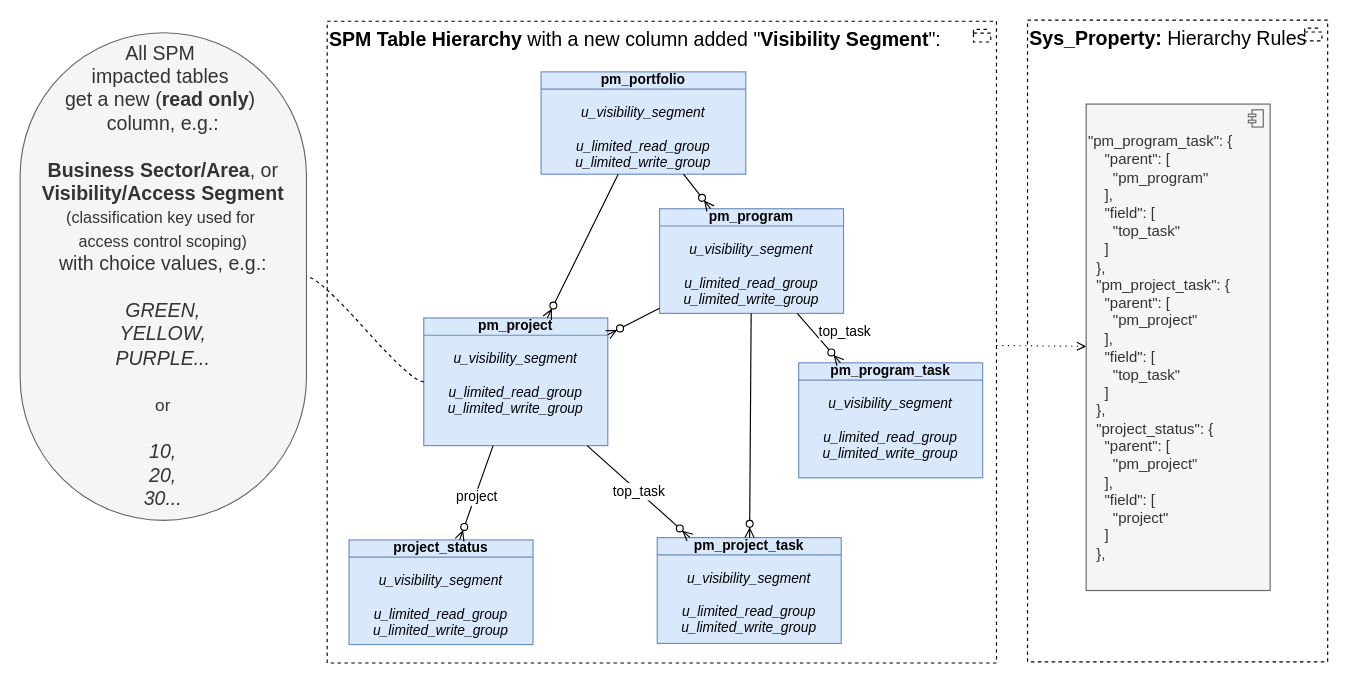
The draw.io diagram page "hier1" (4 of 20) of Sar.drawio in algimas/tmp, before the edit. Source tidied: cells renumbered, new cells numbered last; positions are measured from the earlier drawing's top-left corner, leaving out a move shared by most shapes. Both pictures are drawn from the tidied source at 115%, with x=0, y=0 at pixel (20, 20).
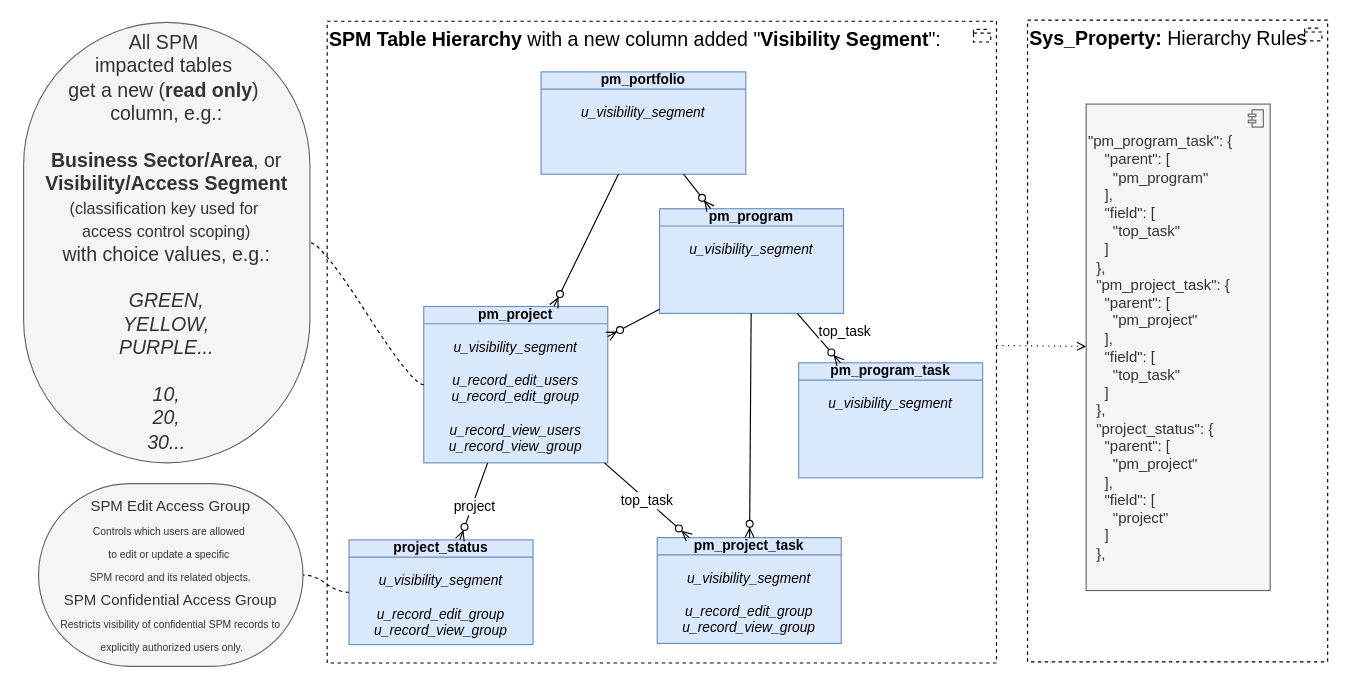
The same page after the edit.

Change to the diagram source:
```diff
@@
-    <mxCell id="4" value="&lt;div&gt;&lt;b&gt;pm_project&lt;/b&gt;&lt;/div&gt;&lt;div&gt;&lt;div&gt;&lt;i&gt;&lt;br&gt;&lt;/i&gt;&lt;/div&gt;&lt;div&gt;&lt;i&gt;u_visibility_segment&lt;/i&gt;&lt;/div&gt;&lt;div&gt;&lt;br&gt;&lt;/div&gt;&lt;div&gt;&lt;i&gt;u_limited_read_group&lt;/i&gt;&lt;/div&gt;&lt;/div&gt;&lt;div&gt;&lt;i&gt;u_limited_write_group&lt;/i&gt;&lt;/div&gt;" style="html=1;outlineConnect=0;whiteSpace=wrap;fillColor=#dae8fc;shape=mxgraph.archimate3.businessObject;overflow=fill;strokeColor=#6c8ebf;fontStyle=0;fontSize=12;" parent="1" vertex="1">
-      <mxGeometry x="351" y="259" width="160" height="111" as="geometry" />
+    <mxCell id="4" value="&lt;div&gt;&lt;b&gt;pm_project&lt;/b&gt;&lt;/div&gt;&lt;div&gt;&lt;div&gt;&lt;i&gt;&lt;br&gt;&lt;/i&gt;&lt;/div&gt;&lt;div&gt;&lt;i&gt;u_visibility_segment&lt;/i&gt;&lt;/div&gt;&lt;div&gt;&lt;br&gt;&lt;/div&gt;&lt;i&gt;u_record_edit_users&lt;br&gt;u_&lt;/i&gt;&lt;i&gt;record&lt;/i&gt;&lt;i&gt;_edit_group&lt;/i&gt;&lt;/div&gt;&lt;div&gt;&lt;i&gt;&lt;br&gt;u_&lt;/i&gt;&lt;i&gt;record&lt;/i&gt;&lt;i&gt;_view_users&lt;br&gt;u_&lt;/i&gt;&lt;i&gt;record&lt;/i&gt;&lt;i&gt;_view_group&lt;/i&gt;&lt;/div&gt;" style="html=1;outlineConnect=0;whiteSpace=wrap;fillColor=#dae8fc;shape=mxgraph.archimate3.businessObject;overflow=fill;strokeColor=#6c8ebf;fontStyle=0;fontSize=12;" parent="1" vertex="1">
+      <mxGeometry x="351" y="249" width="160" height="136" as="geometry" />
     </mxCell>
-    <mxCell id="5" value="&lt;div&gt;&lt;b&gt;pm_program_task&lt;/b&gt;&lt;/div&gt;&lt;div&gt;&lt;i&gt;&lt;br&gt;&lt;/i&gt;&lt;/div&gt;&lt;div&gt;&lt;i&gt;u_visibility_segment&lt;/i&gt;&lt;/div&gt;&lt;div&gt;&lt;i&gt;&lt;br&gt;&lt;/i&gt;&lt;/div&gt;&lt;div&gt;&lt;div&gt;&lt;i&gt;u_limited_read_group&lt;/i&gt;&lt;/div&gt;&lt;div&gt;&lt;i&gt;u_limited_write_group&lt;/i&gt;&lt;/div&gt;&lt;/div&gt;" style="html=1;outlineConnect=0;whiteSpace=wrap;fillColor=#dae8fc;shape=mxgraph.archimate3.businessObject;overflow=fill;strokeColor=#6c8ebf;fontStyle=0;fontSize=12;" parent="1" vertex="1">
+    <mxCell id="5" value="&lt;div&gt;&lt;b&gt;pm_program_task&lt;/b&gt;&lt;/div&gt;&lt;div&gt;&lt;i&gt;&lt;br&gt;&lt;/i&gt;&lt;/div&gt;&lt;div&gt;&lt;i&gt;u_visibility_segment&lt;/i&gt;&lt;/div&gt;" style="html=1;outlineConnect=0;whiteSpace=wrap;fillColor=#dae8fc;shape=mxgraph.archimate3.businessObject;overflow=fill;strokeColor=#6c8ebf;fontStyle=0;fontSize=12;" parent="1" vertex="1">
       <mxGeometry x="677" y="298" width="160" height="100" as="geometry" />
     </mxCell>
-    <mxCell id="6" value="&lt;div&gt;&lt;span&gt;&lt;b&gt;pm_portfolio&lt;/b&gt;&lt;/span&gt;&lt;/div&gt;&lt;div&gt;&lt;br&gt;&lt;/div&gt;&lt;div&gt;&lt;i&gt;u_visibility_segment&lt;/i&gt;&lt;/div&gt;&lt;div&gt;&lt;i&gt;&lt;br&gt;&lt;/i&gt;&lt;/div&gt;&lt;div&gt;&lt;div&gt;&lt;i&gt;u_limited_read_group&lt;/i&gt;&lt;/div&gt;&lt;div&gt;&lt;i&gt;u_limited_write_group&lt;/i&gt;&lt;/div&gt;&lt;/div&gt;" style="html=1;outlineConnect=0;whiteSpace=wrap;fillColor=#dae8fc;shape=mxgraph.archimate3.businessObject;overflow=fill;strokeColor=#6c8ebf;fontStyle=0;fontSize=12;" parent="1" vertex="1">
+    <mxCell id="6" value="&lt;div&gt;&lt;span&gt;&lt;b&gt;pm_portfolio&lt;/b&gt;&lt;/span&gt;&lt;/div&gt;&lt;div&gt;&lt;br&gt;&lt;/div&gt;&lt;div&gt;&lt;i&gt;u_visibility_segment&lt;/i&gt;&lt;/div&gt;" style="html=1;outlineConnect=0;whiteSpace=wrap;fillColor=#dae8fc;shape=mxgraph.archimate3.businessObject;overflow=fill;strokeColor=#6c8ebf;fontStyle=0;fontSize=12;" parent="1" vertex="1">
       <mxGeometry x="453" y="45" width="178" height="89" as="geometry" />
     </mxCell>
-    <mxCell id="7" value="&lt;div&gt;&lt;b&gt;project_status&lt;/b&gt;&lt;/div&gt;&lt;div&gt;&lt;div&gt;&lt;i&gt;&lt;br&gt;&lt;/i&gt;&lt;/div&gt;&lt;div&gt;&lt;i&gt;u_visibility_segment&lt;/i&gt;&lt;/div&gt;&lt;div&gt;&lt;i&gt;&lt;br&gt;&lt;/i&gt;&lt;/div&gt;&lt;div&gt;&lt;div&gt;&lt;i&gt;u_limited_read_group&lt;/i&gt;&lt;/div&gt;&lt;div&gt;&lt;i&gt;u_limited_write_group&lt;/i&gt;&lt;/div&gt;&lt;/div&gt;&lt;br&gt;&lt;/div&gt;" style="html=1;outlineConnect=0;whiteSpace=wrap;fillColor=#dae8fc;shape=mxgraph.archimate3.businessObject;overflow=fill;strokeColor=#6c8ebf;fontStyle=0;fontSize=12;" parent="1" vertex="1">
+    <mxCell id="7" value="&lt;div&gt;&lt;b&gt;project_status&lt;/b&gt;&lt;/div&gt;&lt;div&gt;&lt;div&gt;&lt;i&gt;&lt;br&gt;&lt;/i&gt;&lt;/div&gt;&lt;div&gt;&lt;i&gt;u_visibility_segment&lt;/i&gt;&lt;/div&gt;&lt;div&gt;&lt;i&gt;&lt;br&gt;&lt;/i&gt;&lt;/div&gt;&lt;div&gt;&lt;i&gt;u_&lt;/i&gt;&lt;i&gt;record&lt;/i&gt;&lt;i&gt;_edit_group&lt;/i&gt;&lt;div&gt;&lt;i&gt;u_&lt;/i&gt;&lt;i&gt;record&lt;/i&gt;&lt;i&gt;_view_group&lt;/i&gt;&lt;/div&gt;&lt;/div&gt;&lt;br&gt;&lt;/div&gt;" style="html=1;outlineConnect=0;whiteSpace=wrap;fillColor=#dae8fc;shape=mxgraph.archimate3.businessObject;overflow=fill;strokeColor=#6c8ebf;fontStyle=0;fontSize=12;" parent="1" vertex="1">
       <mxGeometry x="286" y="452" width="160" height="91" as="geometry" />
     </mxCell>
@@
-    <mxCell id="10" value="&lt;div&gt;&lt;b&gt;pm_project_task&lt;/b&gt;&lt;/div&gt;&lt;div&gt;&lt;div&gt;&lt;i&gt;&lt;br&gt;&lt;/i&gt;&lt;/div&gt;&lt;div&gt;&lt;i&gt;u_visibility_segment&lt;/i&gt;&lt;/div&gt;&lt;div&gt;&lt;i&gt;&lt;br&gt;&lt;/i&gt;&lt;/div&gt;&lt;div&gt;&lt;div&gt;&lt;i&gt;u_limited_read_group&lt;/i&gt;&lt;/div&gt;&lt;div&gt;&lt;i&gt;u_limited_write_group&lt;/i&gt;&lt;/div&gt;&lt;/div&gt;&lt;/div&gt;" style="html=1;outlineConnect=0;whiteSpace=wrap;fillColor=#dae8fc;shape=mxgraph.archimate3.businessObject;overflow=fill;strokeColor=#6c8ebf;fontStyle=0;fontSize=12;" parent="1" vertex="1">
+    <mxCell id="10" value="&lt;div&gt;&lt;b&gt;pm_project_task&lt;/b&gt;&lt;/div&gt;&lt;div&gt;&lt;div&gt;&lt;i&gt;&lt;br&gt;&lt;/i&gt;&lt;/div&gt;&lt;div&gt;&lt;i&gt;u_visibility_segment&lt;/i&gt;&lt;/div&gt;&lt;div&gt;&lt;i&gt;&lt;br&gt;&lt;/i&gt;&lt;/div&gt;&lt;div&gt;&lt;div&gt;&lt;i&gt;u_&lt;/i&gt;&lt;i&gt;record&lt;/i&gt;&lt;i&gt;_edit_group&lt;/i&gt;&lt;div&gt;&lt;i&gt;u_&lt;/i&gt;&lt;i&gt;record&lt;/i&gt;&lt;i&gt;_view_group&lt;/i&gt;&lt;/div&gt;&lt;/div&gt;&lt;/div&gt;&lt;/div&gt;" style="html=1;outlineConnect=0;whiteSpace=wrap;fillColor=#dae8fc;shape=mxgraph.archimate3.businessObject;overflow=fill;strokeColor=#6c8ebf;fontStyle=0;fontSize=12;" parent="1" vertex="1">
       <mxGeometry x="554" y="450" width="160" height="92" as="geometry" />
     </mxCell>
-    <mxCell id="11" value="&lt;div&gt;&lt;b&gt;pm_program&lt;/b&gt;&lt;/div&gt;&lt;div&gt;&lt;div&gt;&lt;i&gt;&lt;br&gt;&lt;/i&gt;&lt;/div&gt;&lt;div&gt;&lt;i&gt;u_visibility_segment&lt;/i&gt;&lt;/div&gt;&lt;div&gt;&lt;i&gt;&lt;br&gt;&lt;/i&gt;&lt;/div&gt;&lt;div&gt;&lt;div&gt;&lt;i&gt;u_limited_read_group&lt;/i&gt;&lt;/div&gt;&lt;div&gt;&lt;i&gt;u_limited_write_group&lt;/i&gt;&lt;/div&gt;&lt;/div&gt;&lt;/div&gt;&lt;div&gt;&lt;br&gt;&lt;/div&gt;&lt;div&gt;&lt;br&gt;&lt;/div&gt;" style="html=1;outlineConnect=0;whiteSpace=wrap;fillColor=#dae8fc;shape=mxgraph.archimate3.businessObject;overflow=fill;strokeColor=#6c8ebf;fontStyle=0;fontSize=12;" parent="1" vertex="1">
+    <mxCell id="11" value="&lt;div&gt;&lt;b&gt;pm_program&lt;/b&gt;&lt;/div&gt;&lt;div&gt;&lt;div&gt;&lt;i&gt;&lt;br&gt;&lt;/i&gt;&lt;/div&gt;&lt;div&gt;&lt;i&gt;u_visibility_segment&lt;/i&gt;&lt;/div&gt;&lt;br&gt;&lt;/div&gt;&lt;div&gt;&lt;br&gt;&lt;/div&gt;&lt;div&gt;&lt;br&gt;&lt;/div&gt;" style="html=1;outlineConnect=0;whiteSpace=wrap;fillColor=#dae8fc;shape=mxgraph.archimate3.businessObject;overflow=fill;strokeColor=#6c8ebf;fontStyle=0;fontSize=12;" parent="1" vertex="1">
       <mxGeometry x="556" y="164" width="160" height="91" as="geometry" />
     </mxCell>
@@
-    <mxCell id="20" value="&lt;div&gt;All SPM&amp;nbsp;&lt;/div&gt;&lt;div&gt;impacted tables&amp;nbsp;&lt;/div&gt;&lt;div&gt;get&amp;nbsp;a new (&lt;b&gt;read only&lt;/b&gt;)&amp;nbsp;&lt;/div&gt;&lt;div&gt;column, e.g.:&lt;/div&gt;&lt;div&gt;&lt;br&gt;&lt;/div&gt;&lt;div&gt;&lt;b&gt;Business Sector/Area&lt;/b&gt;, or&lt;/div&gt;&lt;div&gt;&lt;b&gt;Visibility/Access Segment&lt;/b&gt;&lt;/div&gt;&lt;div&gt;&lt;font style=&quot;font-size: 14px;&quot;&gt;(classification key used for&amp;nbsp;&lt;/font&gt;&lt;div&gt;&lt;font style=&quot;font-size: 14px;&quot;&gt;access control scoping)&lt;/font&gt;&lt;/div&gt;&lt;/div&gt;&lt;div&gt;with choice values, e.g.:&lt;/div&gt;&lt;div&gt;&lt;br&gt;&lt;/div&gt;&lt;div&gt;&lt;i&gt;GREEN,&lt;/i&gt;&lt;/div&gt;&lt;div&gt;&lt;i&gt;YELLOW,&lt;/i&gt;&lt;/div&gt;&lt;div&gt;&lt;i&gt;PURPLE...&lt;/i&gt;&lt;/div&gt;&lt;div&gt;&lt;br&gt;&lt;/div&gt;&lt;div&gt;&lt;font style=&quot;font-size: 15px;&quot;&gt;or&lt;/font&gt;&lt;/div&gt;&lt;div&gt;&lt;br&gt;&lt;/div&gt;&lt;div&gt;&lt;i&gt;10,&lt;/i&gt;&lt;/div&gt;&lt;div&gt;&lt;i&gt;20,&lt;/i&gt;&lt;/div&gt;&lt;div&gt;&lt;i&gt;30...&lt;/i&gt;&lt;/div&gt;" style="whiteSpace=wrap;html=1;rounded=1;arcSize=50;align=center;verticalAlign=middle;strokeWidth=1;spacing=4;newEdgeStyle={&quot;edgeStyle&quot;:&quot;entityRelationEdgeStyle&quot;,&quot;startArrow&quot;:&quot;none&quot;,&quot;endArrow&quot;:&quot;none&quot;,&quot;segment&quot;:10,&quot;curved&quot;:1,&quot;sourcePerimeterSpacing&quot;:0,&quot;targetPerimeterSpacing&quot;:0};fillColor=#f5f5f5;strokeColor=#666666;fontColor=#333333;fontSize=17;" parent="1" vertex="1">
-      <mxGeometry y="11" width="249" height="424" as="geometry" />
+    <mxCell id="20" value="&lt;div&gt;All SPM&amp;nbsp;&lt;/div&gt;&lt;div&gt;impacted tables&amp;nbsp;&lt;/div&gt;&lt;div&gt;get&amp;nbsp;a new (&lt;b&gt;read only&lt;/b&gt;)&amp;nbsp;&lt;/div&gt;&lt;div&gt;column, e.g.:&lt;/div&gt;&lt;div&gt;&lt;br&gt;&lt;/div&gt;&lt;div&gt;&lt;b&gt;Business Sector/Area&lt;/b&gt;, or&lt;/div&gt;&lt;div&gt;&lt;b&gt;Visibility/Access Segment&lt;/b&gt;&lt;/div&gt;&lt;div&gt;&lt;font style=&quot;font-size: 14px;&quot;&gt;(classification key used for&amp;nbsp;&lt;/font&gt;&lt;div&gt;&lt;font style=&quot;font-size: 14px;&quot;&gt;access control scoping)&lt;/font&gt;&lt;/div&gt;&lt;/div&gt;&lt;div&gt;with choice values, e.g.:&lt;/div&gt;&lt;div&gt;&lt;br&gt;&lt;/div&gt;&lt;div&gt;&lt;i&gt;GREEN,&lt;/i&gt;&lt;/div&gt;&lt;div&gt;&lt;i&gt;YELLOW,&lt;/i&gt;&lt;/div&gt;&lt;div&gt;&lt;i&gt;PURPLE...&lt;/i&gt;&lt;/div&gt;&lt;div&gt;&lt;br&gt;&lt;/div&gt;&lt;div&gt;&lt;i&gt;10,&lt;/i&gt;&lt;/div&gt;&lt;div&gt;&lt;i&gt;20,&lt;/i&gt;&lt;/div&gt;&lt;div&gt;&lt;i&gt;30...&lt;/i&gt;&lt;/div&gt;" style="whiteSpace=wrap;html=1;rounded=1;arcSize=50;align=center;verticalAlign=middle;strokeWidth=1;spacing=4;newEdgeStyle={&quot;edgeStyle&quot;:&quot;entityRelationEdgeStyle&quot;,&quot;startArrow&quot;:&quot;none&quot;,&quot;endArrow&quot;:&quot;none&quot;,&quot;segment&quot;:10,&quot;curved&quot;:1,&quot;sourcePerimeterSpacing&quot;:0,&quot;targetPerimeterSpacing&quot;:0};fillColor=#f5f5f5;strokeColor=#666666;fontColor=#333333;fontSize=17;" parent="1" vertex="1">
+      <mxGeometry x="3" y="2" width="249" height="383" as="geometry" />
     </mxCell>
@@
+    <mxCell id="24" value="&lt;font style=&quot;font-size: 13px;&quot;&gt;SPM Edit Access Group&lt;br&gt;&lt;/font&gt;&lt;div&gt;&lt;font style=&quot;font-size: 9px;&quot;&gt;Controls which users are allowed&amp;nbsp;&lt;/font&gt;&lt;/div&gt;&lt;div&gt;&lt;font style=&quot;font-size: 9px;&quot;&gt;to edit or update a specific&amp;nbsp;&lt;/font&gt;&lt;/div&gt;&lt;div&gt;&lt;font style=&quot;font-size: 9px;&quot;&gt;SPM record and its related objects.&lt;/font&gt;&lt;/div&gt;&lt;div&gt;&lt;font style=&quot;font-size: 13px;&quot;&gt;SPM Confidential Access Group&lt;/font&gt;&lt;/div&gt;&lt;div&gt;&lt;font style=&quot;font-size: 9px;&quot;&gt;Restricts visibility of confidential SPM records to&lt;/font&gt;&lt;/div&gt;&lt;div&gt;&lt;font style=&quot;font-size: 9px;&quot;&gt;&amp;nbsp;explicitly authorized users only.&lt;/font&gt;&lt;/div&gt;" style="whiteSpace=wrap;html=1;rounded=1;arcSize=50;align=center;verticalAlign=middle;strokeWidth=1;spacing=4;newEdgeStyle={&quot;edgeStyle&quot;:&quot;entityRelationEdgeStyle&quot;,&quot;startArrow&quot;:&quot;none&quot;,&quot;endArrow&quot;:&quot;none&quot;,&quot;segment&quot;:10,&quot;curved&quot;:1,&quot;sourcePerimeterSpacing&quot;:0,&quot;targetPerimeterSpacing&quot;:0};fillColor=#f5f5f5;strokeColor=#666666;fontColor=#333333;fontSize=17;" parent="1" vertex="1">
+      <mxGeometry x="16" y="403" width="230" height="159" as="geometry" />
+    </mxCell>
+    <mxCell id="25" style="edgeStyle=entityRelationEdgeStyle;startArrow=none;endArrow=none;segment=10;curved=1;sourcePerimeterSpacing=0;targetPerimeterSpacing=0;rounded=0;labelBackgroundColor=default;dashed=1;" parent="1" edge="1" source="7" target="24">
+      <mxGeometry relative="1" as="geometry" />
+    </mxCell>
```
